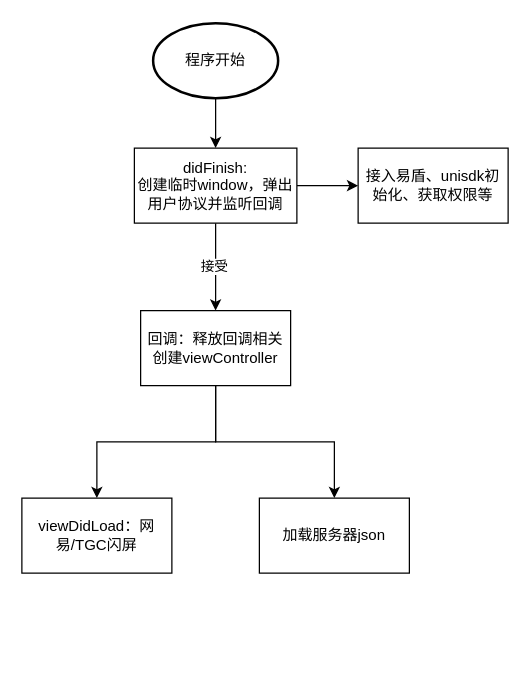
This is Untitled Diagram.drawio from shionji-mura/miniprogram-demo, a draw.io file, before an edit. Source tidied: cells renumbered, new cells numbered last; positions are measured from the earlier drawing's top-left corner, leaving out a move shared by most shapes. Both pictures are drawn from the tidied source at 125%, with x=0, y=0 at pixel (21, 22).
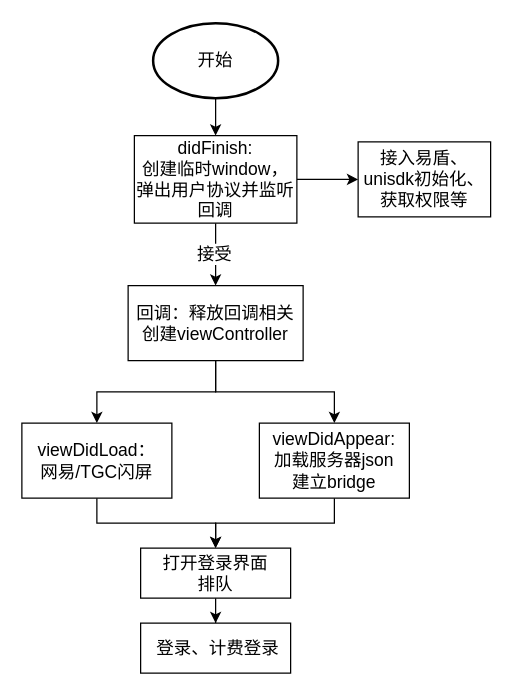
The same diagram, later.

Change to the diagram source:
```diff
@@
 <mxGraphModel>
   <root>
     <mxCell id="0" />
     <mxCell id="1" parent="0" />
-    <mxCell id="2" style="edgeStyle=orthogonalEdgeStyle;rounded=0;jettySize=auto;html=1;exitX=0.5;exitY=1;exitDx=0;exitDy=0;" parent="1" edge="1" source="12" target="6">
+    <mxCell id="2" style="edgeStyle=orthogonalEdgeStyle;rounded=0;jettySize=auto;html=1;exitX=0.5;exitY=1;exitDx=0;exitDy=0;fontSize=14;" parent="1" edge="1" source="12" target="6">
       <mxGeometry relative="1" as="geometry" />
     </mxCell>
-    <mxCell id="3" style="edgeStyle=orthogonalEdgeStyle;rounded=0;jettySize=auto;html=1;entryX=0.5;entryY=0;entryDx=0;entryDy=0;" parent="1" edge="1" source="12" target="7">
+    <mxCell id="3" style="edgeStyle=orthogonalEdgeStyle;rounded=0;jettySize=auto;html=1;entryX=0.5;entryY=0;entryDx=0;entryDy=0;fontSize=14;" parent="1" edge="1" source="12" target="7">
       <mxGeometry relative="1" as="geometry" />
     </mxCell>
-    <mxCell id="4" style="edgeStyle=orthogonalEdgeStyle;rounded=0;jettySize=auto;html=1;exitX=0.5;exitY=1;exitDx=0;exitDy=0;exitPerimeter=0;entryX=0.5;entryY=0;entryDx=0;entryDy=0;" parent="1" edge="1" source="5" target="11">
+    <mxCell id="4" style="edgeStyle=orthogonalEdgeStyle;rounded=0;jettySize=auto;html=1;exitX=0.5;exitY=1;exitDx=0;exitDy=0;exitPerimeter=0;entryX=0.5;entryY=0;entryDx=0;entryDy=0;fontSize=14;" parent="1" edge="1" source="5" target="11">
       <mxGeometry relative="1" as="geometry" />
     </mxCell>
-    <mxCell id="5" value="程序开始" style="strokeWidth=2;html=1;shape=mxgraph.flowchart.start_1;whiteSpace=wrap;" parent="1" vertex="1">
+    <mxCell id="5" value="开始" style="strokeWidth=2;html=1;shape=mxgraph.flowchart.start_1;whiteSpace=wrap;fontSize=14;" parent="1" vertex="1">
       <mxGeometry x="105" width="100" height="60" as="geometry" />
     </mxCell>
+    <mxCell id="14" style="edgeStyle=orthogonalEdgeStyle;rounded=0;jettySize=auto;html=1;fontSize=14;" parent="1" edge="1" source="6" target="17">
+      <mxGeometry relative="1" as="geometry" />
+    </mxCell>
-    <mxCell id="6" value="viewDidLoad：网易/TGC闪屏" style="rounded=0;whiteSpace=wrap;html=1;" parent="1" vertex="1">
-      <mxGeometry y="380" width="120" height="60" as="geometry" />
+    <mxCell id="6" value="viewDidLoad：&lt;br style=&quot;font-size: 14px;&quot;&gt;网易/TGC闪屏" style="rounded=0;whiteSpace=wrap;html=1;fontSize=14;" parent="1" vertex="1">
+      <mxGeometry y="320" width="120" height="60" as="geometry" />
     </mxCell>
+    <mxCell id="15" style="edgeStyle=orthogonalEdgeStyle;rounded=0;jettySize=auto;html=1;fontSize=14;" parent="1" edge="1" source="7" target="17">
+      <mxGeometry relative="1" as="geometry" />
+    </mxCell>
-    <mxCell id="7" value="加载服务器json" style="rounded=0;whiteSpace=wrap;html=1;" parent="1" vertex="1">
-      <mxGeometry x="190" y="380" width="120" height="60" as="geometry" />
+    <mxCell id="7" value="viewDidAppear:&lt;br style=&quot;font-size: 14px;&quot;&gt;加载服务器json&lt;br style=&quot;font-size: 14px;&quot;&gt;建立bridge" style="rounded=0;whiteSpace=wrap;html=1;fontSize=14;" parent="1" vertex="1">
+      <mxGeometry x="190" y="320" width="120" height="60" as="geometry" />
     </mxCell>
-    <mxCell id="8" style="edgeStyle=orthogonalEdgeStyle;rounded=0;jettySize=auto;html=1;exitX=1;exitY=0.5;exitDx=0;exitDy=0;entryX=0;entryY=0.5;entryDx=0;entryDy=0;" parent="1" edge="1" source="11" target="13">
+    <mxCell id="8" style="edgeStyle=orthogonalEdgeStyle;rounded=0;jettySize=auto;html=1;exitX=1;exitY=0.5;exitDx=0;exitDy=0;entryX=0;entryY=0.5;entryDx=0;entryDy=0;fontSize=14;" parent="1" edge="1" source="11" target="13">
       <mxGeometry relative="1" as="geometry" />
     </mxCell>
-    <mxCell id="9" style="edgeStyle=orthogonalEdgeStyle;rounded=0;jettySize=auto;html=1;" parent="1" edge="1" source="11" target="12">
+    <mxCell id="9" style="edgeStyle=orthogonalEdgeStyle;rounded=0;jettySize=auto;html=1;fontSize=14;" parent="1" edge="1" source="11" target="12">
       <mxGeometry relative="1" as="geometry" />
     </mxCell>
-    <mxCell id="10" value="接受" style="edgeLabel;html=1;align=center;verticalAlign=middle;" parent="9" vertex="1">
+    <mxCell id="10" value="接受" style="edgeLabel;html=1;align=center;verticalAlign=middle;fontSize=14;" parent="9" vertex="1">
       <mxGeometry x="-0.03" y="-2" relative="1" as="geometry" />
     </mxCell>
-    <mxCell id="11" value="didFinish:&lt;br&gt;创建临时window，弹出用户协议并监听回调" style="rounded=0;whiteSpace=wrap;html=1;" parent="1" vertex="1">
-      <mxGeometry x="90" y="100" width="130" height="60" as="geometry" />
+    <mxCell id="11" value="didFinish:&lt;br style=&quot;font-size: 14px;&quot;&gt;创建临时window，弹出用户协议并监听回调" style="rounded=0;whiteSpace=wrap;html=1;fontSize=14;" parent="1" vertex="1">
+      <mxGeometry x="90" y="90" width="130" height="70" as="geometry" />
     </mxCell>
-    <mxCell id="12" value="回调：释放回调相关&lt;br&gt;创建viewController" style="rounded=0;whiteSpace=wrap;html=1;" parent="1" vertex="1">
-      <mxGeometry x="95" y="230" width="120" height="60" as="geometry" />
+    <mxCell id="12" value="回调：释放回调相关&lt;br style=&quot;font-size: 14px;&quot;&gt;创建viewController" style="rounded=0;whiteSpace=wrap;html=1;fontSize=14;" parent="1" vertex="1">
+      <mxGeometry x="85" y="210" width="140" height="60" as="geometry" />
     </mxCell>
-    <mxCell id="13" value="接入易盾、unisdk初始化、获取权限等" style="rounded=0;whiteSpace=wrap;html=1;" parent="1" vertex="1">
-      <mxGeometry x="269" y="100" width="120" height="60" as="geometry" />
+    <mxCell id="13" value="接入易盾、unisdk初始化、获取权限等" style="rounded=0;whiteSpace=wrap;html=1;fontSize=14;" parent="1" vertex="1">
+      <mxGeometry x="269" y="95" width="106" height="60" as="geometry" />
     </mxCell>
+    <mxCell id="16" style="edgeStyle=orthogonalEdgeStyle;rounded=0;jettySize=auto;html=1;fontSize=14;" parent="1" edge="1" source="17" target="18">
+      <mxGeometry relative="1" as="geometry" />
+    </mxCell>
+    <mxCell id="17" value="打开登录界面&lt;br style=&quot;font-size: 14px;&quot;&gt;排队" style="rounded=0;whiteSpace=wrap;html=1;fontSize=14;" parent="1" vertex="1">
+      <mxGeometry x="95" y="420" width="120" height="40" as="geometry" />
+    </mxCell>
+    <mxCell id="18" value="&amp;nbsp;登录、计费登录" style="rounded=0;whiteSpace=wrap;html=1;fontSize=14;" parent="1" vertex="1">
+      <mxGeometry x="95" y="480" width="120" height="40" as="geometry" />
+    </mxCell>
   </root>
 </mxGraphModel>
```
